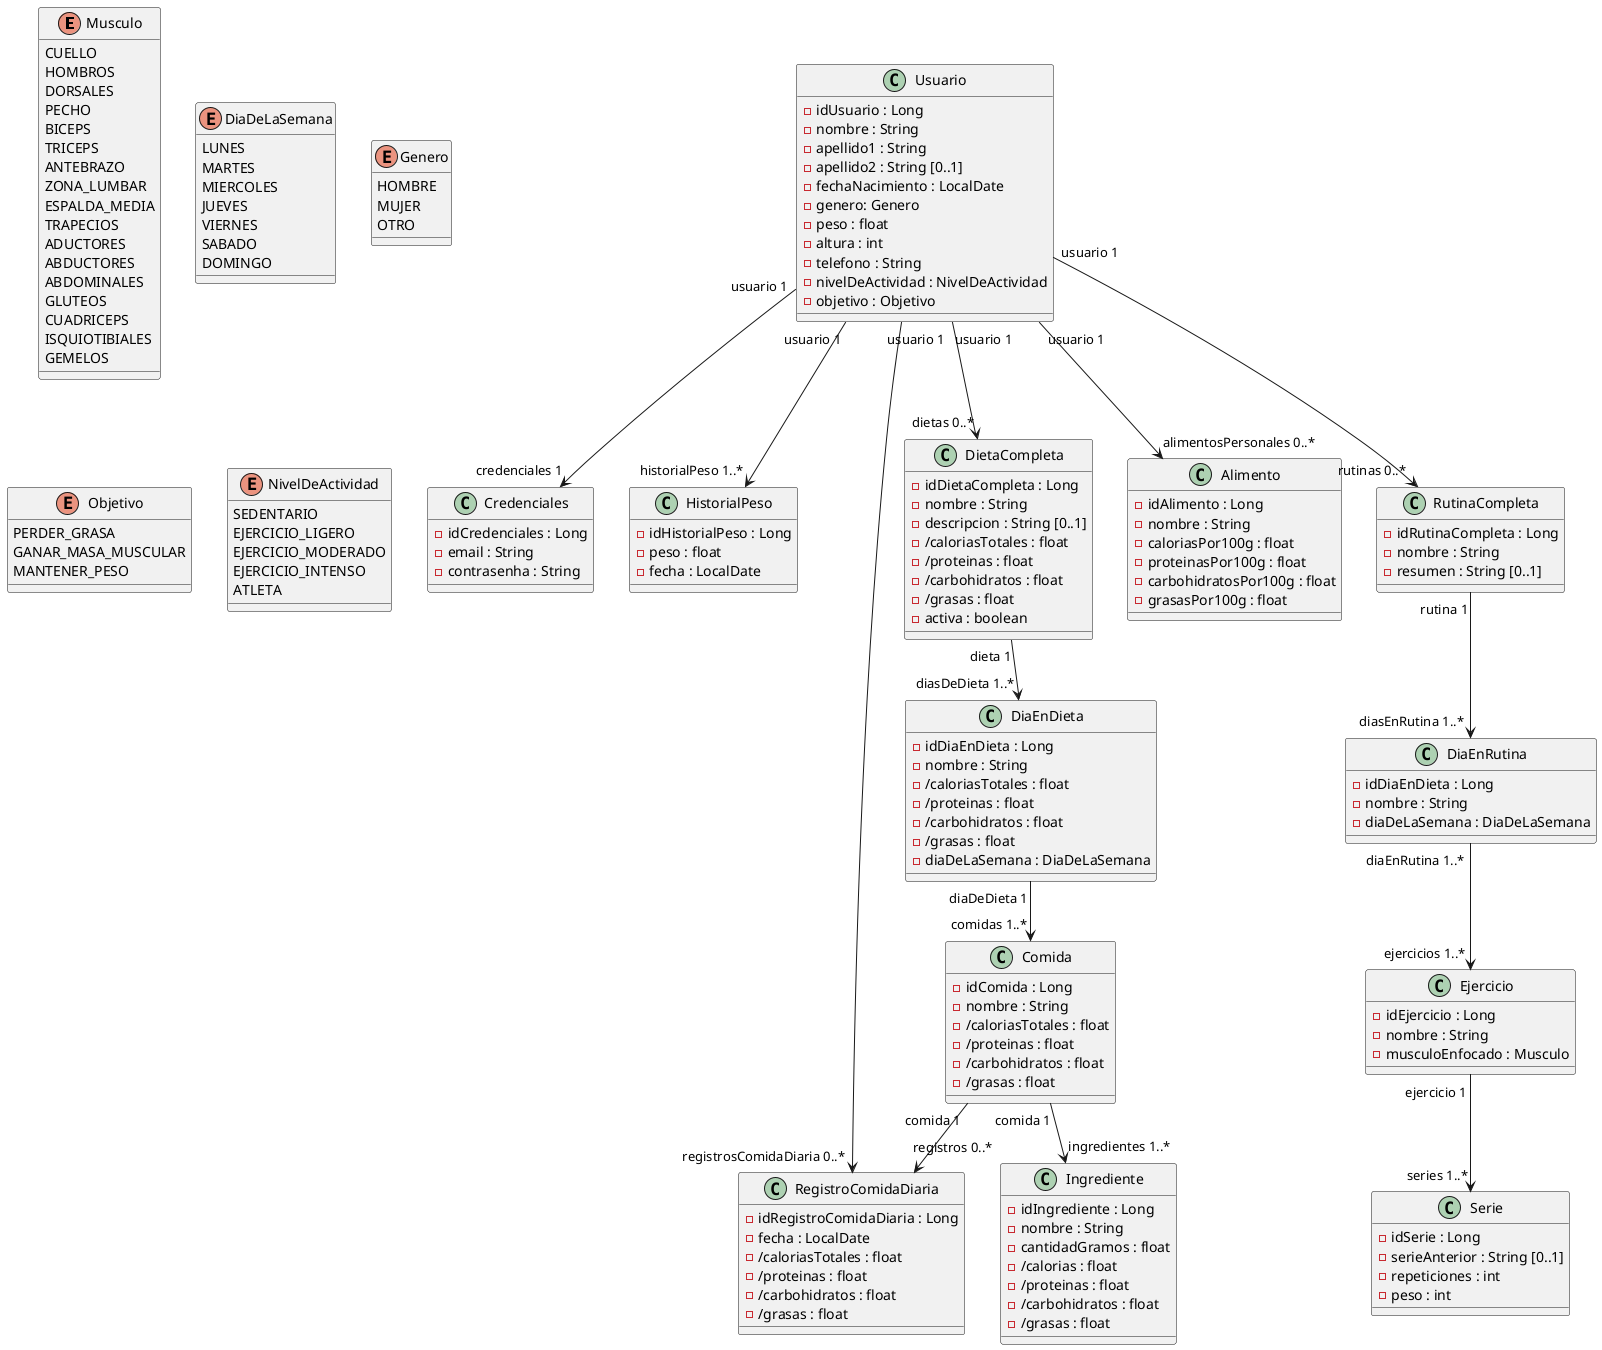
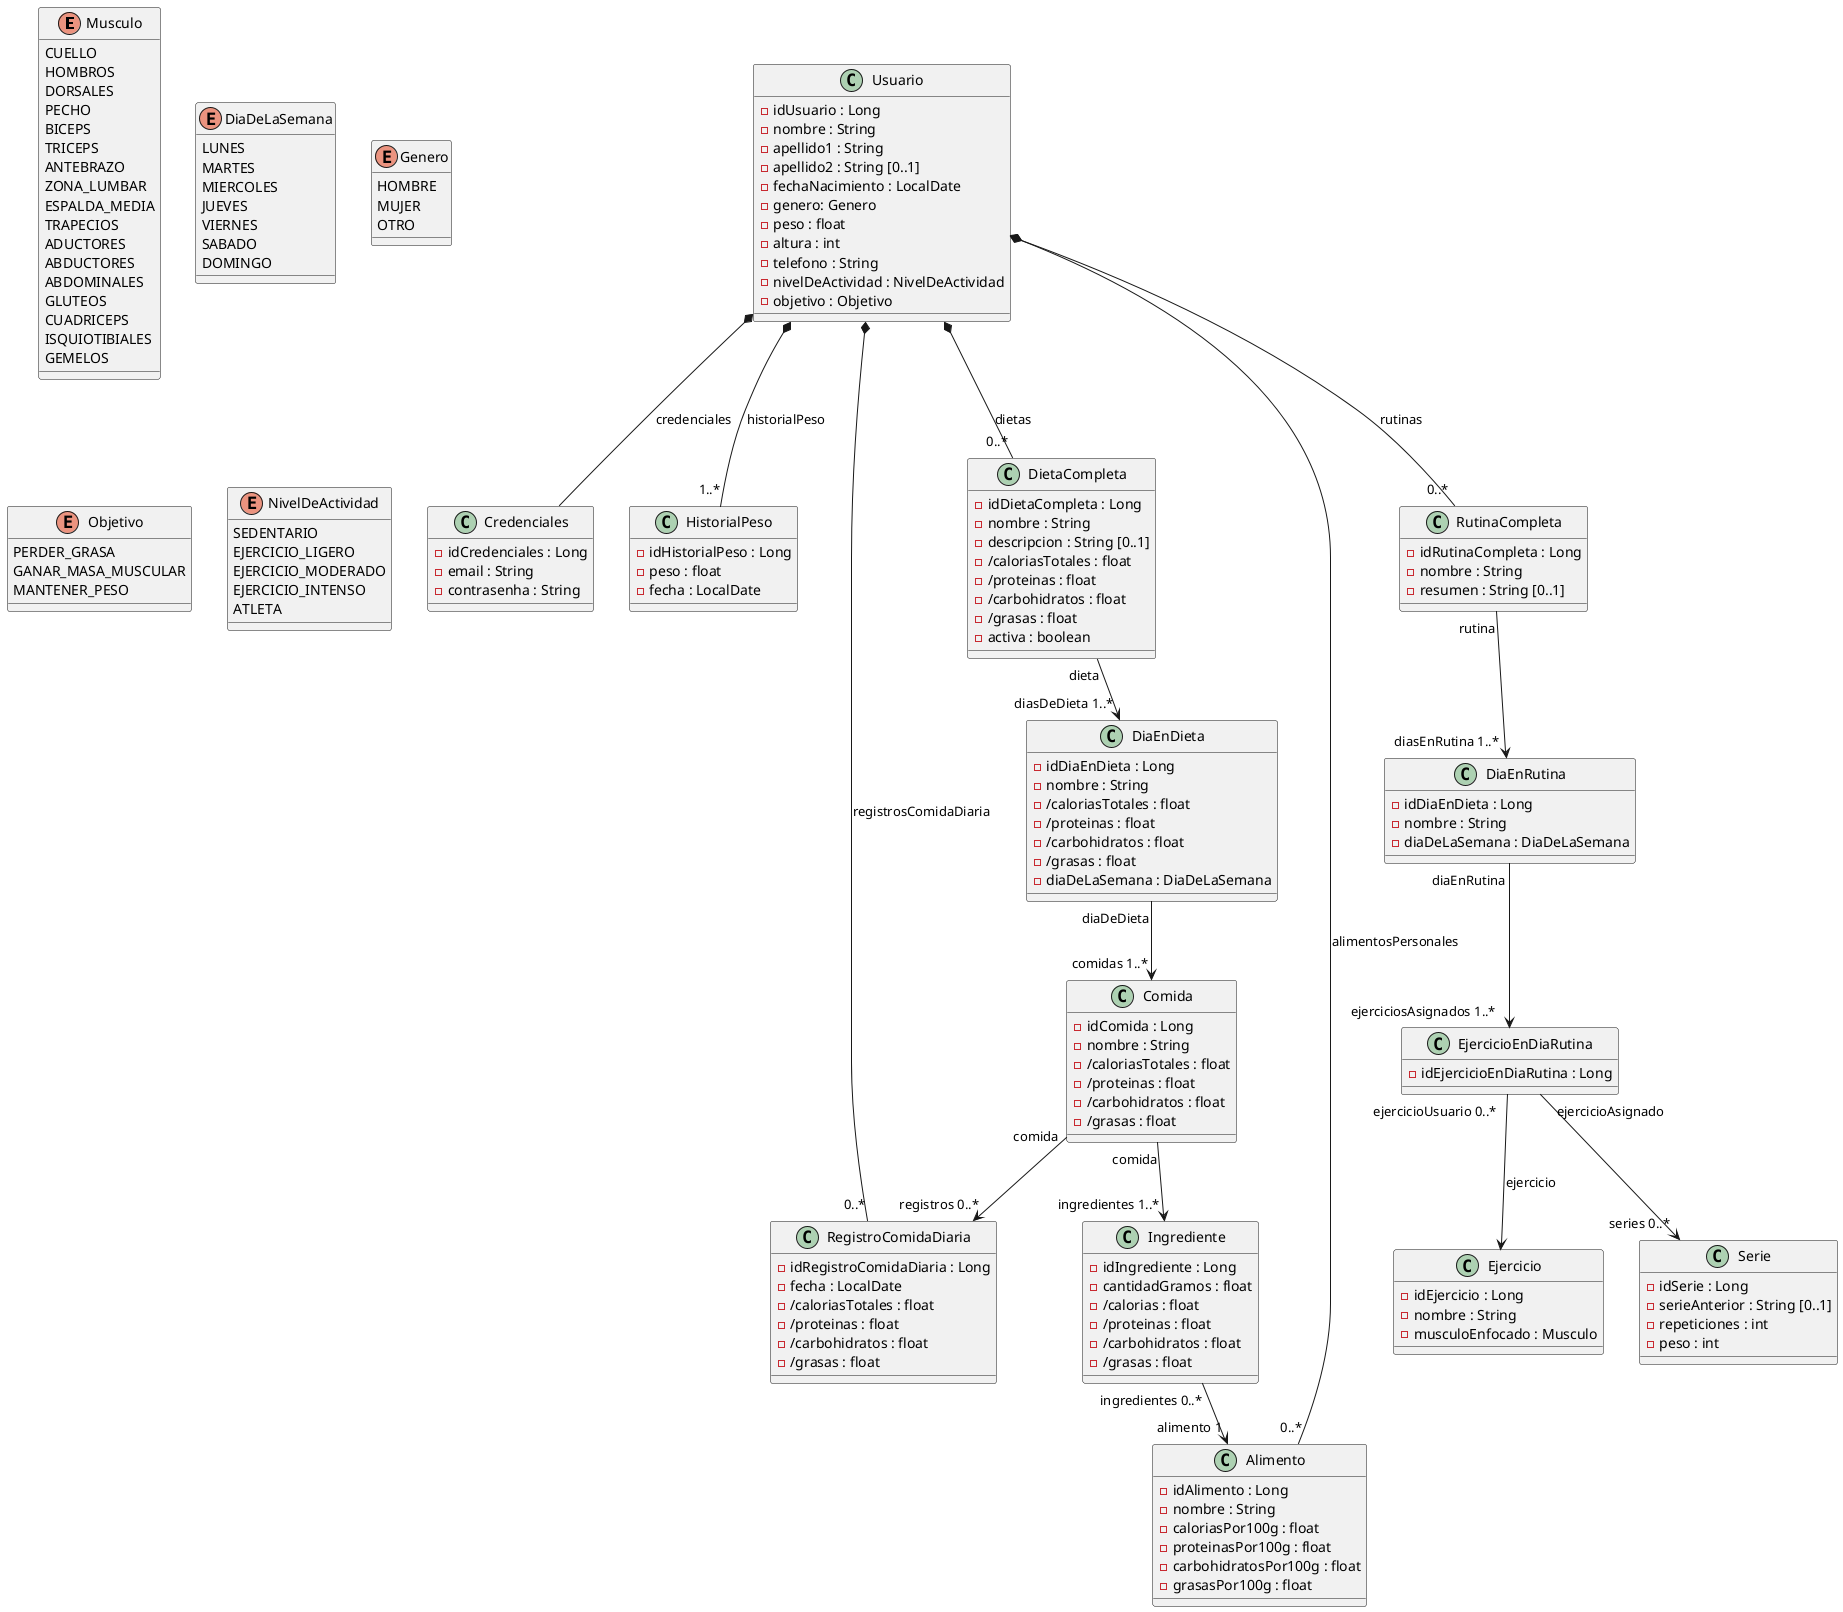
@startuml

' ========================
' ====== ENUMERADOS ======
' ========================

enum Musculo  {
CUELLO
HOMBROS
DORSALES
PECHO
BICEPS
TRICEPS
ANTEBRAZO
ZONA_LUMBAR
ESPALDA_MEDIA
TRAPECIOS
ADUCTORES
ABDUCTORES
ABDOMINALES
GLUTEOS
CUADRICEPS
ISQUIOTIBIALES
GEMELOS
}

enum DiaDeLaSemana  {
LUNES
MARTES
MIERCOLES
JUEVES
VIERNES
SABADO
DOMINGO
}

enum Genero {
HOMBRE
MUJER
OTRO
}

enum Objetivo {
    PERDER_GRASA
    GANAR_MASA_MUSCULAR
    MANTENER_PESO
}

enum NivelDeActividad {
    SEDENTARIO
    EJERCICIO_LIGERO
    EJERCICIO_MODERADO
    EJERCICIO_INTENSO
    ATLETA
}

' ========================
' ======== CLASES ========
' ========================

class Usuario {
- idUsuario : Long
- nombre : String
- apellido1 : String
- apellido2 : String [0..1]
- fechaNacimiento : LocalDate
- genero: Genero
- peso : float
- altura : int
- telefono : String
- nivelDeActividad : NivelDeActividad
- objetivo : Objetivo
}

class Credenciales {
- idCredenciales : Long
- email : String
- contrasenha : String
}

class HistorialPeso {
- idHistorialPeso : Long
- peso : float
- fecha : LocalDate
}

class RegistroComidaDiaria {
- idRegistroComidaDiaria : Long
- fecha : LocalDate
- /caloriasTotales : float
- /proteinas : float
- /carbohidratos : float
- /grasas : float
}

class DietaCompleta {
- idDietaCompleta : Long
- nombre : String
- descripcion : String [0..1]
- /caloriasTotales : float
- /proteinas : float
- /carbohidratos : float
- /grasas : float
- activa : boolean
}

class DiaEnDieta {
- idDiaEnDieta : Long
- nombre : String
- /caloriasTotales : float
- /proteinas : float
- /carbohidratos : float
- /grasas : float
- diaDeLaSemana : DiaDeLaSemana
}


class Comida {
- idComida : Long
- nombre : String
- /caloriasTotales : float
- /proteinas : float
- /carbohidratos : float
- /grasas : float
}

class Ingrediente {
- idIngrediente : Long
- - nombre : String
- cantidadGramos : float
- /calorias : float
- /proteinas : float
- /carbohidratos : float
- /grasas : float
}

class Alimento {
- idAlimento : Long
- nombre : String
- caloriasPor100g : float
- proteinasPor100g : float
- carbohidratosPor100g : float
- grasasPor100g : float
}

class RutinaCompleta {
- idRutinaCompleta : Long
- nombre : String
- resumen : String [0..1]
}

class DiaEnRutina {
- idDiaEnDieta : Long
- nombre : String
- diaDeLaSemana : DiaDeLaSemana
}

class Ejercicio {
- idEjercicio : Long
- nombre : String
- musculoEnfocado : Musculo
+ }
+ 
+ class EjercicioEnDiaRutina {
+ - idEjercicioEnDiaRutina : Long
}

class Serie {
- idSerie : Long
- serieAnterior : String [0..1]
- repeticiones : int
- peso : int
}

' ========================
' ====== RELACIONES ======
' ========================

- Usuario "usuario 1"  --> "dietas 0..*" DietaCompleta
- 
- Usuario "usuario 1" --> "credenciales 1" Credenciales
- 
- Usuario "usuario 1" --> "historialPeso 1..*" HistorialPeso
- 
- Usuario "usuario 1" --> "registrosComidaDiaria 0..*" RegistroComidaDiaria
- 
- Comida "comida 1" --> "registros 0..*" RegistroComidaDiaria
- 
- DietaCompleta "dieta 1" --> "diasDeDieta 1..*" DiaEnDieta
- 
- Usuario "usuario 1"  --> "rutinas 0..*" RutinaCompleta
- 
- DiaEnDieta "diaDeDieta 1"  --> "comidas 1..*" Comida
- 
- Comida "comida 1"  --> "ingredientes 1..*" Ingrediente
- 
- Usuario "usuario 1" --> "alimentosPersonales 0..*" Alimento
- 
- RutinaCompleta "rutina 1"  --> "diasEnRutina 1..*" DiaEnRutina
- 
- DiaEnRutina "diaEnRutina 1..*" --> "ejercicios 1..*" Ejercicio
- 
- Ejercicio "ejercicio 1"  --> "series 1..*" Serie
+ Usuario *-- "0..*" DietaCompleta : dietas
+ 
+ Usuario *--  Credenciales : credenciales
+ 
+ Usuario *-- "1..*" HistorialPeso : historialPeso
+ 
+ Usuario *-- "0..*" RegistroComidaDiaria : registrosComidaDiaria
+ 
+ Comida "comida" --> "registros 0..*" RegistroComidaDiaria
+ 
+ DietaCompleta "dieta" --> "diasDeDieta 1..*" DiaEnDieta
+ 
+ Usuario *-- "0..*" RutinaCompleta : rutinas
+ 
+ DiaEnDieta "diaDeDieta"  --> "comidas 1..*" Comida
+ 
+ Comida "comida"  --> "ingredientes 1..*" Ingrediente
+ 
+ Ingrediente "ingredientes 0..*" --> "alimento 1" Alimento
+ 
+ Usuario *-- "0..*" Alimento : alimentosPersonales
+ 
+ RutinaCompleta "rutina"  --> "diasEnRutina 1..*" DiaEnRutina
+ 
+ DiaEnRutina "diaEnRutina" --> "ejerciciosAsignados 1..*" EjercicioEnDiaRutina
+ 
+ EjercicioEnDiaRutina "ejercicioUsuario 0..*" --> Ejercicio : ejercicio
+ 
+ EjercicioEnDiaRutina "ejercicioAsignado" --> "series 0..*" Serie

@enduml